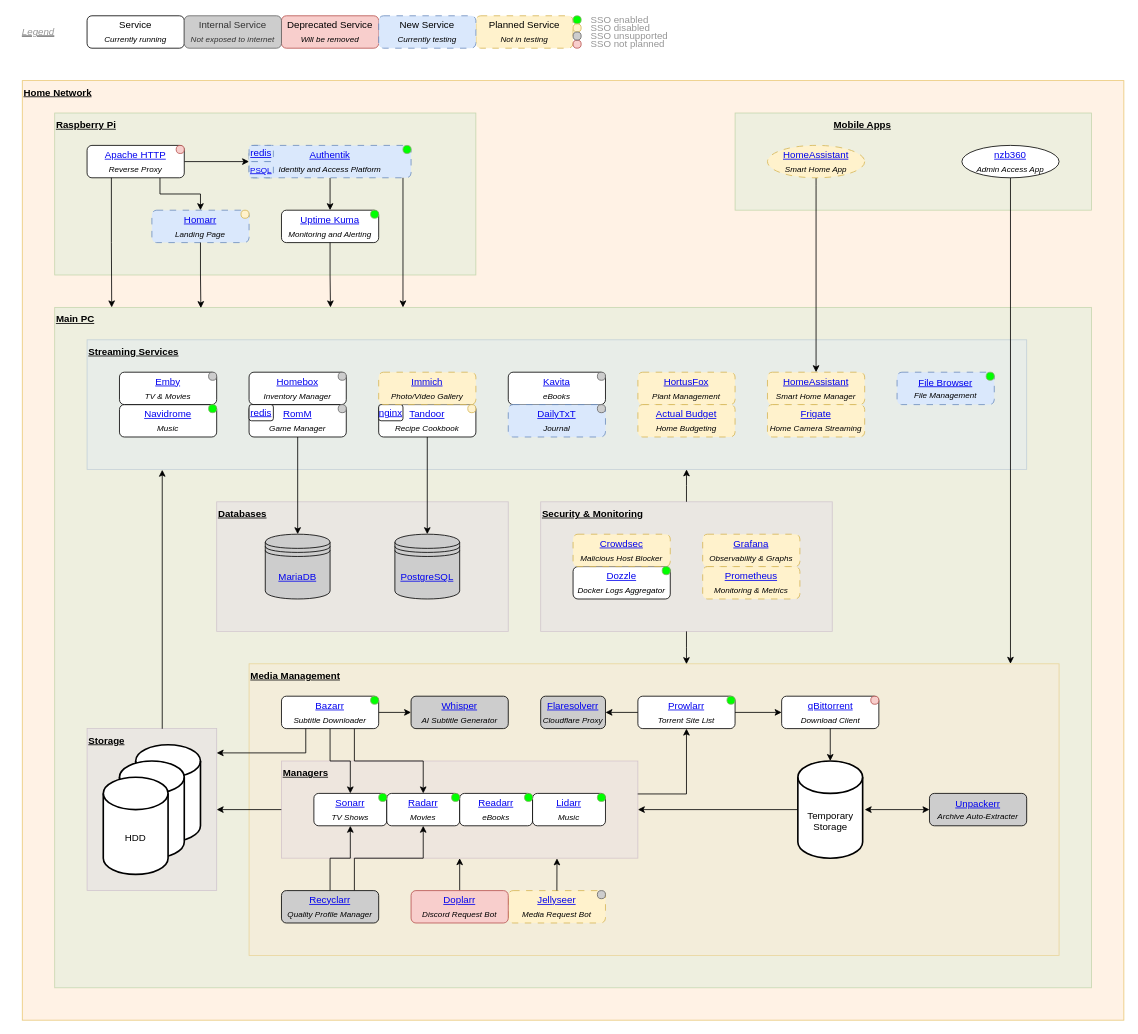
Above: doc/home_theatre.drawio in zodac-personal/home_theatre (draw.io), before the change. Source tidied: cells renumbered, new cells numbered last; positions are measured from the earlier drawing's top-left corner, leaving out a move shared by most shapes. Both pictures are drawn from the tidied source at 81%, with x=0, y=0 at pixel (14, 15).
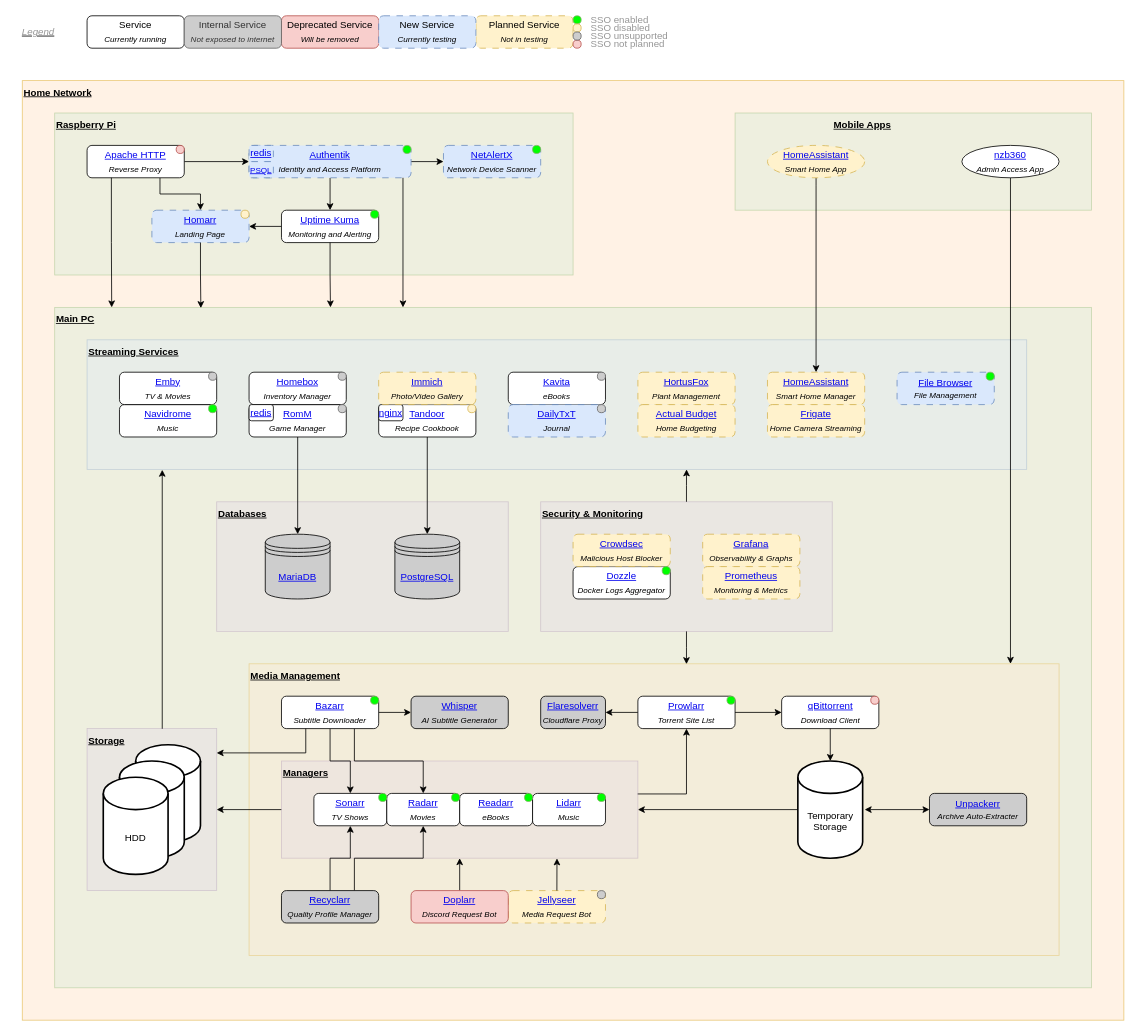
After the change.

The change refers to these unchanged cells:
```xml
<mxCell id="28" value="&lt;a href=&quot;https://github.com/ajnart/homarr&quot;&gt;Homarr&lt;/a&gt;&lt;br&gt;&lt;i&gt;&lt;sub&gt;Landing Page&lt;/sub&gt;&lt;/i&gt;" style="rounded=1;whiteSpace=wrap;html=1;dashed=1;dashPattern=8 8;fillColor=#dae8fc;strokeColor=#6c8ebf;" parent="1" vertex="1">
  <mxGeometry x="170" y="240" width="120" height="40" as="geometry" />
</mxCell>
<mxCell id="61" value="&lt;a href=&quot;https://github.com/louislam/uptime-kuma&quot;&gt;Uptime Kuma&lt;/a&gt;&lt;br&gt;&lt;i&gt;&lt;sub&gt;Monitoring and Alerting&lt;/sub&gt;&lt;/i&gt;" style="rounded=1;whiteSpace=wrap;html=1;" parent="1" vertex="1">
  <mxGeometry x="330" y="240" width="120" height="40" as="geometry" />
</mxCell>
<mxCell id="88" value="&lt;a href=&quot;https://github.com/goauthentik/authentik&quot;&gt;Authentik&lt;/a&gt;&lt;br&gt;&lt;i&gt;&lt;sub&gt;Identity and Access Platform&lt;/sub&gt;&lt;/i&gt;" style="rounded=1;whiteSpace=wrap;html=1;dashed=1;fillColor=#dae8fc;strokeColor=#6c8ebf;dashPattern=8 8;" parent="1" vertex="1">
  <mxGeometry x="290" y="160" width="200" height="40" as="geometry" />
</mxCell>
```

What changed in the source:
```diff
@@
     <mxCell id="3" style="rounded=0;whiteSpace=wrap;html=1;opacity=40;fillColor=#d5e8d4;strokeColor=#82b366;" parent="1" vertex="1">
-      <mxGeometry x="50" y="120" width="520" height="200" as="geometry" />
+      <mxGeometry x="50" y="120" width="640" height="200" as="geometry" />
     </mxCell>
@@
+    <mxCell id="132" style="edgeStyle=orthogonalEdgeStyle;rounded=0;jettySize=auto;html=1;entryX=1;entryY=0.5;entryDx=0;entryDy=0;" parent="1" edge="1" source="61" target="28">
+      <mxGeometry relative="1" as="geometry" />
+    </mxCell>
@@
+    <mxCell id="133" style="edgeStyle=orthogonalEdgeStyle;rounded=0;jettySize=auto;html=1;entryX=0;entryY=0.5;entryDx=0;entryDy=0;" parent="1" edge="1" source="88" target="134">
+      <mxGeometry relative="1" as="geometry" />
+    </mxCell>
@@
+    <mxCell id="134" value="&lt;a href=&quot;https://github.com/jokob-sk/NetAlertX&quot;&gt;NetAlertX&lt;/a&gt;&lt;div&gt;&lt;i&gt;&lt;sub&gt;Network Device Scanner&lt;/sub&gt;&lt;/i&gt;&lt;br&gt;&lt;/div&gt;" style="rounded=1;whiteSpace=wrap;html=1;dashed=1;dashPattern=8 8;fillColor=#dae8fc;strokeColor=#6c8ebf;" parent="1" vertex="1">
+      <mxGeometry x="530" y="160" width="120" height="40" as="geometry" />
+    </mxCell>
+    <mxCell id="135" style="ellipse;whiteSpace=wrap;html=1;fillColor=#00ff00;strokeColor=#82b366;" parent="1" vertex="1">
+      <mxGeometry x="640" y="160" width="10" height="10" as="geometry" />
+    </mxCell>
```
